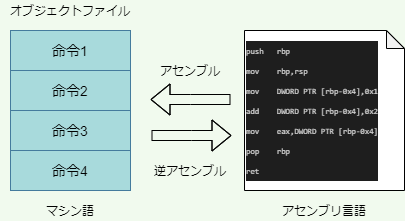
kut-econ/kut-econ.github.io keeps this draw.io diagram as programming2021/img/assemble.drawio.png. Above is the earlier version. Source tidied: cells renumbered, new cells last; positions are measured from the earlier drawing's top-left corner, leaving out a move shared by most shapes. Its diagram source:
```xml
<mxGraphModel background="#F1FAEE">
  <root>
    <mxCell id="0" />
    <mxCell id="1" parent="0" />
    <mxCell id="2" style="shape=table;html=1;whiteSpace=wrap;startSize=0;rounded=0;sketch=0;strokeColor=#457B9D;fillColor=#A8DADC;fontColor=#1D3557;" parent="1" vertex="1">
      <mxGeometry x="10" y="30" width="120" height="160" as="geometry" />
    </mxCell>
    <mxCell id="3" style="shape=partialRectangle;html=1;whiteSpace=wrap;fillColor=none;top=0;left=0;bottom=0;right=0;" parent="2" vertex="1">
      <mxGeometry width="120" height="40" as="geometry" />
    </mxCell>
    <mxCell id="4" value="&lt;font color=&quot;#000000&quot; style=&quot;font-size: 14px&quot;&gt;命令1&lt;/font&gt;" style="shape=partialRectangle;html=1;whiteSpace=wrap;fillColor=none;top=0;left=0;bottom=0;right=0;overflow=hidden;" parent="3" vertex="1">
      <mxGeometry width="120" height="40" as="geometry" />
    </mxCell>
    <mxCell id="5" style="shape=partialRectangle;html=1;whiteSpace=wrap;fillColor=none;top=0;left=0;bottom=0;right=0;" parent="2" vertex="1">
      <mxGeometry y="40" width="120" height="40" as="geometry" />
    </mxCell>
    <mxCell id="6" value="&lt;font color=&quot;#000000&quot; style=&quot;font-size: 14px&quot;&gt;命令2&lt;/font&gt;" style="shape=partialRectangle;html=1;whiteSpace=wrap;fillColor=none;top=0;left=0;bottom=0;right=0;overflow=hidden;" parent="5" vertex="1">
      <mxGeometry width="120" height="40" as="geometry" />
    </mxCell>
    <mxCell id="7" style="shape=partialRectangle;html=1;whiteSpace=wrap;fillColor=none;top=0;left=0;bottom=0;right=0;" parent="2" vertex="1">
      <mxGeometry y="80" width="120" height="40" as="geometry" />
    </mxCell>
    <mxCell id="8" value="&lt;font color=&quot;#000000&quot; style=&quot;font-size: 14px&quot;&gt;命令3&lt;/font&gt;" style="shape=partialRectangle;html=1;whiteSpace=wrap;fillColor=none;top=0;left=0;bottom=0;right=0;overflow=hidden;" parent="7" vertex="1">
      <mxGeometry width="120" height="40" as="geometry" />
    </mxCell>
    <mxCell id="9" style="shape=partialRectangle;html=1;whiteSpace=wrap;fillColor=none;top=0;left=0;bottom=0;right=0;" parent="2" vertex="1">
      <mxGeometry y="120" width="120" height="40" as="geometry" />
    </mxCell>
    <mxCell id="10" value="&lt;font color=&quot;#000000&quot; style=&quot;font-size: 14px&quot;&gt;命令4&lt;/font&gt;" style="shape=partialRectangle;html=1;whiteSpace=wrap;fillColor=none;top=0;left=0;bottom=0;right=0;overflow=hidden;" parent="9" vertex="1">
      <mxGeometry width="120" height="40" as="geometry" />
    </mxCell>
    <mxCell id="11" value="&lt;font color=&quot;#000000&quot;&gt;オブジェクトファイル&lt;br&gt;&lt;/font&gt;" style="text;html=1;strokeColor=none;fillColor=none;align=center;verticalAlign=middle;whiteSpace=wrap;rounded=0;" parent="1" vertex="1">
      <mxGeometry width="140" height="20" as="geometry" />
    </mxCell>
    <mxCell id="12" value="&lt;font color=&quot;#000000&quot;&gt;マシン語&lt;/font&gt;" style="text;html=1;strokeColor=none;fillColor=none;align=center;verticalAlign=middle;whiteSpace=wrap;rounded=0;" parent="1" vertex="1">
      <mxGeometry x="30" y="200" width="80" height="20" as="geometry" />
    </mxCell>
    <mxCell id="13" value="&lt;div style=&quot;color: rgb(212 , 212 , 212) ; background-color: rgb(30 , 30 , 30) ; font-family: &amp;#34;consolas&amp;#34; , &amp;#34;courier new&amp;#34; , monospace ; line-height: 19px&quot;&gt;&lt;div style=&quot;line-height: 19px&quot;&gt;&lt;font style=&quot;font-size: 8px&quot;&gt;push&amp;nbsp; &amp;nbsp;rbp&lt;/font&gt;&lt;/div&gt;&lt;div style=&quot;line-height: 19px&quot;&gt;&lt;font style=&quot;font-size: 8px&quot;&gt;mov&amp;nbsp; &amp;nbsp; rbp,rsp&lt;/font&gt;&lt;/div&gt;&lt;div style=&quot;line-height: 19px&quot;&gt;&lt;font style=&quot;font-size: 8px&quot;&gt;mov&amp;nbsp; &amp;nbsp; DWORD PTR [rbp-0x4],0x1&lt;/font&gt;&lt;/div&gt;&lt;div style=&quot;line-height: 19px&quot;&gt;&lt;font style=&quot;font-size: 8px&quot;&gt;add&amp;nbsp; &amp;nbsp; DWORD PTR [rbp-0x4],0x2&lt;/font&gt;&lt;/div&gt;&lt;div style=&quot;line-height: 19px&quot;&gt;&lt;font style=&quot;font-size: 8px&quot;&gt;mov&amp;nbsp; &amp;nbsp; eax,DWORD PTR [rbp-0x4]&lt;/font&gt;&lt;/div&gt;&lt;div style=&quot;line-height: 19px&quot;&gt;&lt;font style=&quot;font-size: 8px&quot;&gt;pop&amp;nbsp; &amp;nbsp; rbp&lt;/font&gt;&lt;/div&gt;&lt;div style=&quot;line-height: 19px&quot;&gt;&lt;font style=&quot;font-size: 8px&quot;&gt;ret&lt;/font&gt;&lt;/div&gt;&lt;/div&gt;" style="shape=note;whiteSpace=wrap;html=1;backgroundOutline=1;darkOpacity=0.05;align=left;size=18;" parent="1" vertex="1">
      <mxGeometry x="244" y="30" width="160" height="160" as="geometry" />
    </mxCell>
    <mxCell id="14" style="shape=flexArrow;endArrow=classic;html=1;strokeColor=#000000;" parent="1" edge="1">
      <mxGeometry relative="1" as="geometry">
        <mxPoint x="230" y="99" as="sourcePoint" />
        <mxPoint x="150" y="99" as="targetPoint" />
        <Array as="points">
          <mxPoint x="190" y="99" />
        </Array>
      </mxGeometry>
    </mxCell>
    <mxCell id="15" value="&lt;font color=&quot;#000000&quot;&gt;アセンブル&lt;/font&gt;" style="text;html=1;strokeColor=none;fillColor=none;align=center;verticalAlign=middle;whiteSpace=wrap;rounded=0;" parent="1" vertex="1">
      <mxGeometry x="150" y="60" width="80" height="20" as="geometry" />
    </mxCell>
    <mxCell id="16" value="&lt;font color=&quot;#000000&quot;&gt;アセンブリ言語&lt;/font&gt;" style="text;html=1;strokeColor=none;fillColor=none;align=center;verticalAlign=middle;whiteSpace=wrap;rounded=0;" parent="1" vertex="1">
      <mxGeometry x="276" y="200" width="96" height="20" as="geometry" />
    </mxCell>
    <mxCell id="17" style="shape=flexArrow;endArrow=classic;html=1;strokeColor=#000000;" parent="1" edge="1">
      <mxGeometry relative="1" as="geometry">
        <mxPoint x="151" y="135" as="sourcePoint" />
        <mxPoint x="231" y="135" as="targetPoint" />
        <Array as="points">
          <mxPoint x="191" y="135" />
        </Array>
      </mxGeometry>
    </mxCell>
    <mxCell id="18" value="&lt;font color=&quot;#000000&quot;&gt;逆アセンブル&lt;/font&gt;" style="text;html=1;strokeColor=none;fillColor=none;align=center;verticalAlign=middle;whiteSpace=wrap;rounded=0;" parent="1" vertex="1">
      <mxGeometry x="150" y="160" width="80" height="20" as="geometry" />
    </mxCell>
  </root>
</mxGraphModel>
```
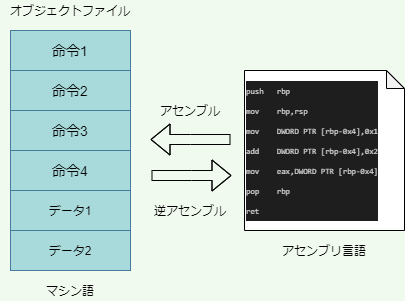
Above is the later version.

Commit message:
Improve imgs for compile and assemble

Change to the diagram source:
```diff
@@ -3,7 +3,7 @@
     <mxCell id="0" />
     <mxCell id="1" parent="0" />
     <mxCell id="2" style="shape=table;html=1;whiteSpace=wrap;startSize=0;rounded=0;sketch=0;strokeColor=#457B9D;fillColor=#A8DADC;fontColor=#1D3557;" parent="1" vertex="1">
-      <mxGeometry x="10" y="30" width="120" height="160" as="geometry" />
+      <mxGeometry x="10" y="-10" width="120" height="240" as="geometry" />
     </mxCell>
     <mxCell id="3" style="shape=partialRectangle;html=1;whiteSpace=wrap;fillColor=none;top=0;left=0;bottom=0;right=0;" parent="2" vertex="1">
       <mxGeometry width="120" height="40" as="geometry" />
@@ -29,11 +29,23 @@
     <mxCell id="10" value="&lt;font color=&quot;#000000&quot; style=&quot;font-size: 14px&quot;&gt;命令4&lt;/font&gt;" style="shape=partialRectangle;html=1;whiteSpace=wrap;fillColor=none;top=0;left=0;bottom=0;right=0;overflow=hidden;" parent="9" vertex="1">
       <mxGeometry width="120" height="40" as="geometry" />
     </mxCell>
+    <mxCell id="19" style="shape=partialRectangle;html=1;whiteSpace=wrap;fillColor=none;top=0;left=0;bottom=0;right=0;" parent="2" vertex="1">
+      <mxGeometry y="160" width="120" height="40" as="geometry" />
+    </mxCell>
+    <mxCell id="20" value="&lt;font color=&quot;#000000&quot;&gt;データ1&lt;/font&gt;" style="shape=partialRectangle;html=1;whiteSpace=wrap;fillColor=none;top=0;left=0;bottom=0;right=0;overflow=hidden;" parent="19" vertex="1">
+      <mxGeometry width="120" height="40" as="geometry" />
+    </mxCell>
+    <mxCell id="21" style="shape=partialRectangle;html=1;whiteSpace=wrap;fillColor=none;top=0;left=0;bottom=0;right=0;" parent="2" vertex="1">
+      <mxGeometry y="200" width="120" height="40" as="geometry" />
+    </mxCell>
+    <mxCell id="22" value="&lt;font color=&quot;#000000&quot;&gt;データ2&lt;/font&gt;" style="shape=partialRectangle;html=1;whiteSpace=wrap;fillColor=none;top=0;left=0;bottom=0;right=0;overflow=hidden;" parent="21" vertex="1">
+      <mxGeometry width="120" height="40" as="geometry" />
+    </mxCell>
     <mxCell id="11" value="&lt;font color=&quot;#000000&quot;&gt;オブジェクトファイル&lt;br&gt;&lt;/font&gt;" style="text;html=1;strokeColor=none;fillColor=none;align=center;verticalAlign=middle;whiteSpace=wrap;rounded=0;" parent="1" vertex="1">
-      <mxGeometry width="140" height="20" as="geometry" />
+      <mxGeometry y="-40" width="140" height="20" as="geometry" />
     </mxCell>
     <mxCell id="12" value="&lt;font color=&quot;#000000&quot;&gt;マシン語&lt;/font&gt;" style="text;html=1;strokeColor=none;fillColor=none;align=center;verticalAlign=middle;whiteSpace=wrap;rounded=0;" parent="1" vertex="1">
-      <mxGeometry x="30" y="200" width="80" height="20" as="geometry" />
+      <mxGeometry x="30" y="240" width="80" height="20" as="geometry" />
     </mxCell>
     <mxCell id="13" value="&lt;div style=&quot;color: rgb(212 , 212 , 212) ; background-color: rgb(30 , 30 , 30) ; font-family: &amp;#34;consolas&amp;#34; , &amp;#34;courier new&amp;#34; , monospace ; line-height: 19px&quot;&gt;&lt;div style=&quot;line-height: 19px&quot;&gt;&lt;font style=&quot;font-size: 8px&quot;&gt;push&amp;nbsp; &amp;nbsp;rbp&lt;/font&gt;&lt;/div&gt;&lt;div style=&quot;line-height: 19px&quot;&gt;&lt;font style=&quot;font-size: 8px&quot;&gt;mov&amp;nbsp; &amp;nbsp; rbp,rsp&lt;/font&gt;&lt;/div&gt;&lt;div style=&quot;line-height: 19px&quot;&gt;&lt;font style=&quot;font-size: 8px&quot;&gt;mov&amp;nbsp; &amp;nbsp; DWORD PTR [rbp-0x4],0x1&lt;/font&gt;&lt;/div&gt;&lt;div style=&quot;line-height: 19px&quot;&gt;&lt;font style=&quot;font-size: 8px&quot;&gt;add&amp;nbsp; &amp;nbsp; DWORD PTR [rbp-0x4],0x2&lt;/font&gt;&lt;/div&gt;&lt;div style=&quot;line-height: 19px&quot;&gt;&lt;font style=&quot;font-size: 8px&quot;&gt;mov&amp;nbsp; &amp;nbsp; eax,DWORD PTR [rbp-0x4]&lt;/font&gt;&lt;/div&gt;&lt;div style=&quot;line-height: 19px&quot;&gt;&lt;font style=&quot;font-size: 8px&quot;&gt;pop&amp;nbsp; &amp;nbsp; rbp&lt;/font&gt;&lt;/div&gt;&lt;div style=&quot;line-height: 19px&quot;&gt;&lt;font style=&quot;font-size: 8px&quot;&gt;ret&lt;/font&gt;&lt;/div&gt;&lt;/div&gt;" style="shape=note;whiteSpace=wrap;html=1;backgroundOutline=1;darkOpacity=0.05;align=left;size=18;" parent="1" vertex="1">
       <mxGeometry x="244" y="30" width="160" height="160" as="geometry" />
```
